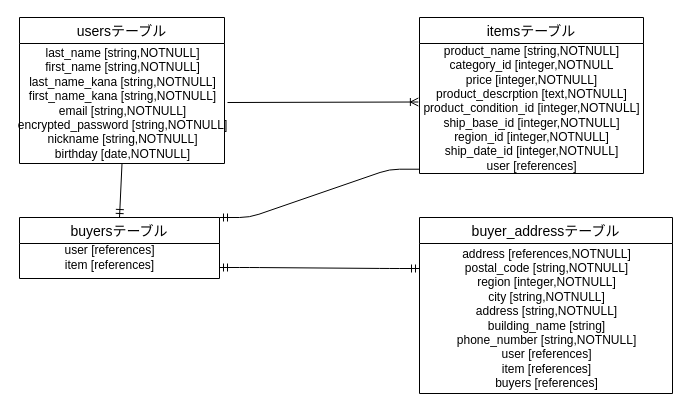
Before: config/furima.dio in AtsuyaMoritani/furima-35562, a draw.io diagram. Source tidied: cells renumbered, new cells numbered last; positions are measured from the earlier drawing's top-left corner, leaving out a move shared by most shapes. Both pictures are drawn from the tidied source at 100%, with x=0, y=0 at pixel (19, 17).
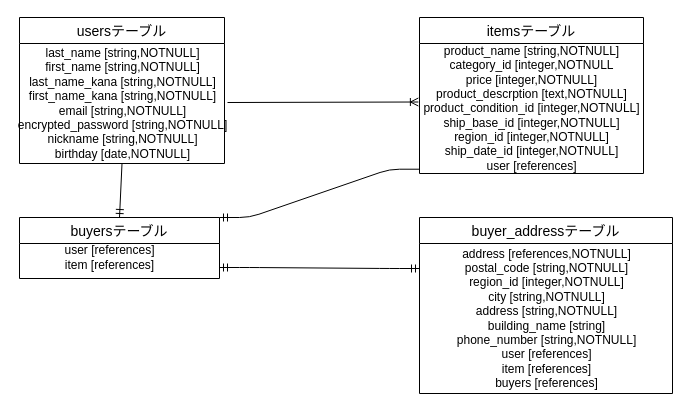
After the change.

The edit, as a diff of the source:
```diff
@@
 <mxGraphModel>
   <root>
     <mxCell id="0" />
     <mxCell id="1" parent="0" />
     <mxCell id="2" value="usersテーブル" style="swimlane;fontStyle=0;horizontal=1;startSize=26;align=center;fontSize=14;" parent="1" vertex="1">
       <mxGeometry width="205" height="146" as="geometry" />
     </mxCell>
     <mxCell id="3" value="last_name [string,NOTNULL]&lt;br&gt;first_name [string,NOTNULL]&lt;br&gt;last_name_kana [string,NOTNULL]&lt;br&gt;first_name_kana [string,NOTNULL]&lt;br&gt;email [string,NOTNULL]&lt;br&gt;encrypted_password [string,NOTNULL]&lt;br&gt;nickname [string,NOTNULL]&lt;br&gt;birthday [date,NOTNULL]" style="text;html=1;align=center;verticalAlign=middle;" parent="2" vertex="1">
       <mxGeometry y="26" width="205" height="120" as="geometry" />
     </mxCell>
     <mxCell id="4" value="itemsテーブル" style="swimlane;fontStyle=0;horizontal=1;startSize=26;align=center;fontSize=14;" parent="1" vertex="1">
       <mxGeometry x="400" width="224" height="156" as="geometry" />
     </mxCell>
     <mxCell id="5" value="product_name [string,NOTNULL]&lt;br&gt;category_id [integer,NOTNULL&lt;br&gt;price [integer,NOTNULL]&lt;br&gt;product_descrption [text,NOTNULL]&lt;br&gt;product_condition_id [integer,NOTNULL]&lt;br&gt;ship_base_id [integer,NOTNULL]&lt;br&gt;region_id [integer,NOTNULL]&lt;br&gt;ship_date_id [integer,NOTNULL]&lt;br&gt;user [references]" style="text;html=1;align=center;verticalAlign=middle;points=[];" parent="4" vertex="1">
       <mxGeometry y="26" width="224" height="130" as="geometry" />
     </mxCell>
     <mxCell id="6" style="fontSize=12;html=1;endArrow=ERoneToMany;entryX=-0.005;entryY=0.45;entryDx=0;entryDy=0;entryPerimeter=0;" parent="1" edge="1" target="5">
       <mxGeometry relative="1" as="geometry">
         <mxPoint x="208" y="85" as="sourcePoint" />
       </mxGeometry>
     </mxCell>
     <mxCell id="7" value="buyersテーブル" style="swimlane;fontStyle=0;horizontal=1;startSize=26;align=center;fontSize=14;" parent="1" vertex="1">
       <mxGeometry y="200" width="200" height="61" as="geometry" />
     </mxCell>
     <mxCell id="8" value="buyer_addressテーブル" style="swimlane;fontStyle=0;horizontal=1;startSize=26;align=center;fontSize=14;" parent="1" vertex="1">
       <mxGeometry x="400" y="200" width="253" height="176" as="geometry" />
     </mxCell>
-    <mxCell id="9" value="address [references,NOTNULL]&lt;br&gt;postal_code [string,NOTNULL]&lt;br&gt;region [integer,NOTNULL]&lt;br&gt;city [string,NOTNULL]&lt;br&gt;address [string,NOTNULL]&lt;br&gt;building_name [string]&lt;br&gt;phone_number [string,NOTNULL]&lt;br&gt;user [references]&lt;br&gt;item [references]&lt;br&gt;buyers [references]" style="text;html=1;align=center;verticalAlign=middle;" parent="8" vertex="1">
+    <mxCell id="9" value="address [references,NOTNULL]&lt;br&gt;postal_code [string,NOTNULL]&lt;br&gt;region_id [integer,NOTNULL]&lt;br&gt;city [string,NOTNULL]&lt;br&gt;address [string,NOTNULL]&lt;br&gt;building_name [string]&lt;br&gt;phone_number [string,NOTNULL]&lt;br&gt;user [references]&lt;br&gt;item [references]&lt;br&gt;buyers [references]" style="text;html=1;align=center;verticalAlign=middle;" parent="8" vertex="1">
       <mxGeometry y="26" width="253" height="150" as="geometry" />
     </mxCell>
     <mxCell id="10" style="edgeStyle=entityRelationEdgeStyle;fontSize=12;html=1;endArrow=ERmandOne;startArrow=ERmandOne;" parent="1" edge="1">
       <mxGeometry relative="1" as="geometry">
         <mxPoint x="200" y="250" as="sourcePoint" />
         <mxPoint x="400" y="251" as="targetPoint" />
       </mxGeometry>
     </mxCell>
     <mxCell id="11" style="edgeStyle=entityRelationEdgeStyle;fontSize=12;html=1;endArrow=ERmandOne;entryX=1;entryY=0;entryDx=0;entryDy=0;exitX=0;exitY=0.967;exitDx=0;exitDy=0;exitPerimeter=0;" parent="1" edge="1" source="5" target="7">
       <mxGeometry relative="1" as="geometry" />
     </mxCell>
     <mxCell id="12" style="fontSize=12;html=1;endArrow=ERmandOne;exitX=0.5;exitY=1;exitDx=0;exitDy=0;entryX=0.5;entryY=0;entryDx=0;entryDy=0;" parent="1" edge="1" source="2" target="7">
       <mxGeometry relative="1" as="geometry" />
     </mxCell>
     <mxCell id="13" value="user [references]&lt;br&gt;item [references]" style="text;html=1;align=center;verticalAlign=middle;" parent="1" vertex="1">
       <mxGeometry x="35" y="225" width="110" height="30" as="geometry" />
     </mxCell>
   </root>
 </mxGraphModel>
```
